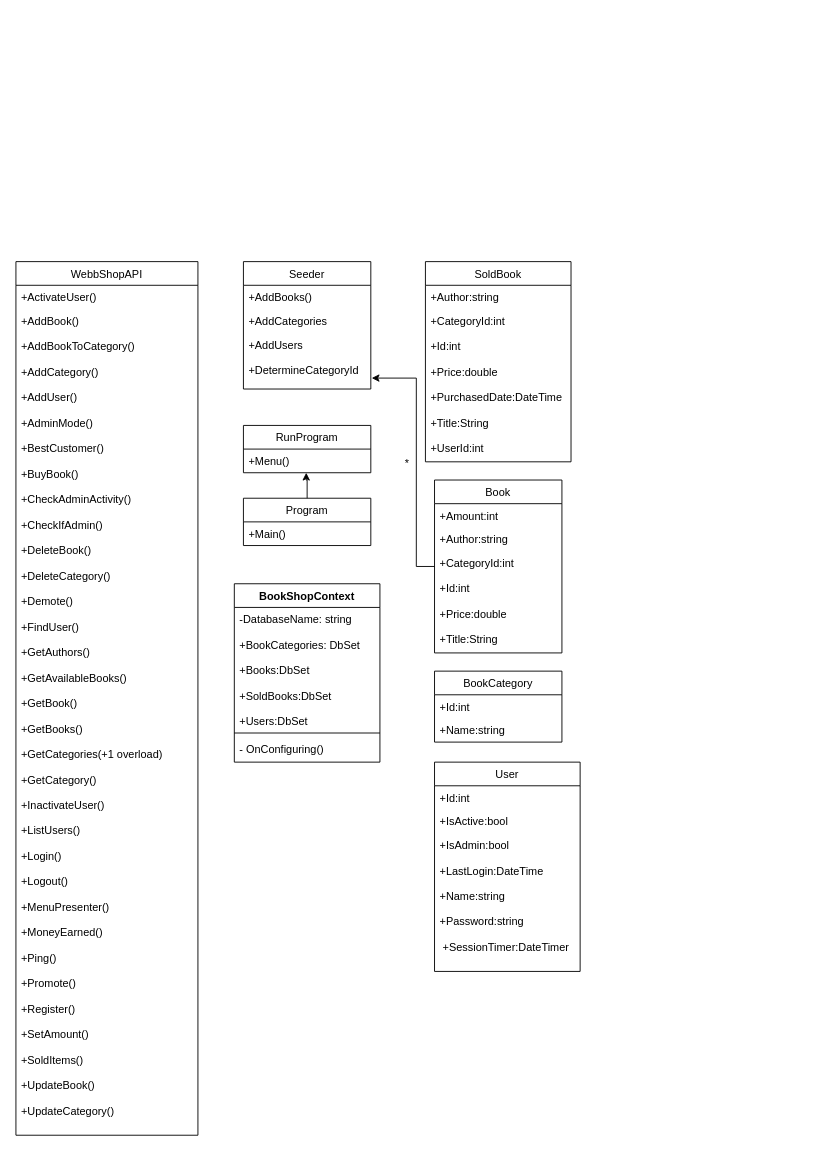
ToveSeger/GitTest keeps this draw.io diagram as Untitled Diagram.drawio. Above is the earlier version. Source tidied: cells renumbered, new cells numbered last; positions are measured from the earlier drawing's top-left corner, leaving out a move shared by most shapes. Both pictures are drawn from the tidied source at 91%, with x=0, y=0 at pixel (15, 261).
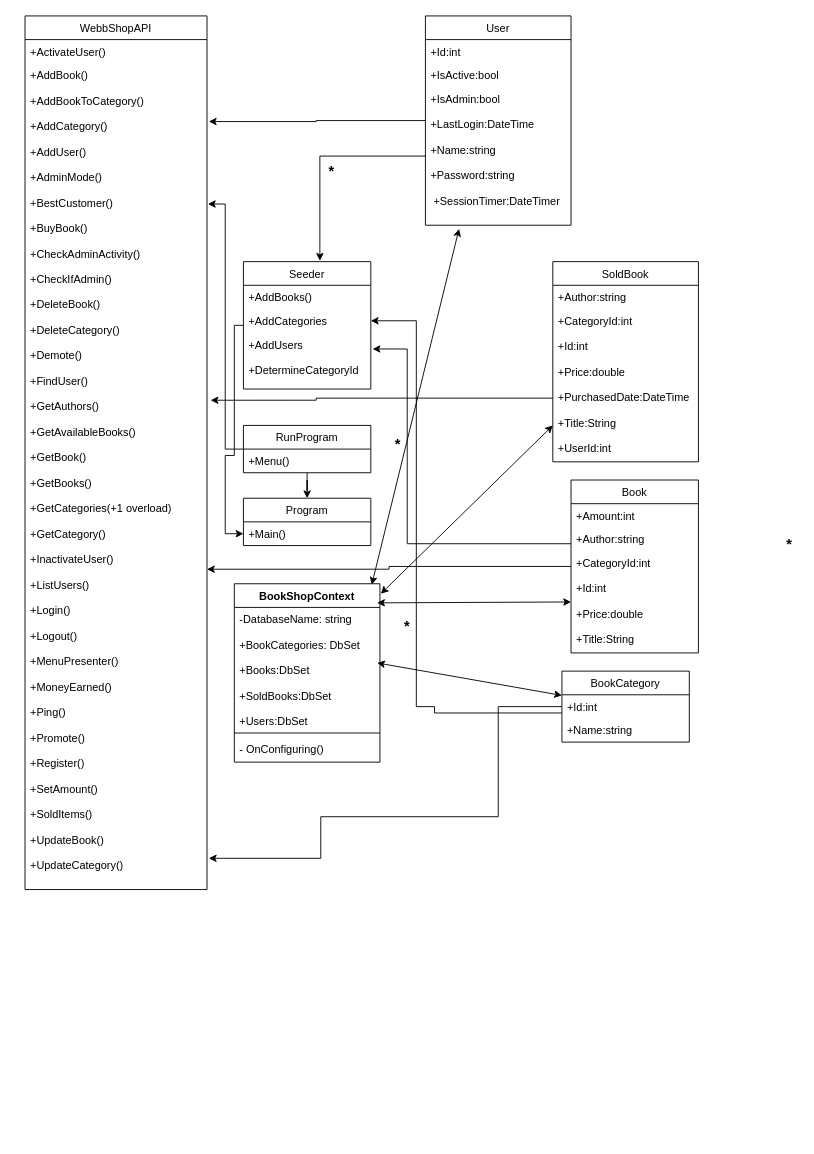
The same page after the edit.

Unchanged cells that the change refers to:
```xml
<mxCell id="5" value="+AddBookToCategory()&#10;&#10;+AddCategory()&#10;&#10;+AddUser()&#10;&#10;+AdminMode()&#10;&#10;+BestCustomer()&#10;&#10;+BuyBook()&#10;&#10;+CheckAdminActivity()&#10;&#10;+CheckIfAdmin()&#10;&#10;+DeleteBook()&#10;&#10;+DeleteCategory()&#10;&#10;+Demote()&#10;&#10;+FindUser()&#10;&#10;+GetAuthors()&#10;&#10;+GetAvailableBooks()&#10;&#10;+GetBook()&#10;&#10;+GetBooks()&#10;&#10;+GetCategories(+1 overload)&#10;&#10;+GetCategory()&#10;&#10;+InactivateUser()&#10;&#10;+ListUsers()&#10;&#10;+Login()&#10;&#10;+Logout()&#10;&#10;+MenuPresenter()&#10;&#10;+MoneyEarned()&#10;&#10;+Ping()&#10;&#10;+Promote()&#10;&#10;+Register()&#10;&#10;+SetAmount()&#10;&#10;+SoldItems()&#10;&#10;+UpdateBook()&#10;&#10;+UpdateCategory()&#10;&#10;&#10;&#10;&#10;&#10;&#10;" style="text;strokeColor=none;fillColor=none;align=left;verticalAlign=top;spacingLeft=4;spacingRight=4;overflow=hidden;points=[[0,0.5],[1,0.5]];portConstraint=eastwest;" parent="2" vertex="1">
  <mxGeometry y="80" width="200" height="880" as="geometry" />
</mxCell>
<mxCell id="6" value="BookShopContext" style="swimlane;fontStyle=1;align=center;verticalAlign=top;horizontal=1;startSize=26;" parent="1" vertex="1">
  <mxGeometry x="240" y="354" width="160" height="196" as="geometry" />
</mxCell>
<mxCell id="10" value="RunProgram" style="swimlane;fontStyle=0;horizontal=1;startSize=26;fillColor=none;" parent="1" vertex="1">
  <mxGeometry x="250" y="180" width="140" height="52" as="geometry" />
</mxCell>
<mxCell id="11" value="+Menu()" style="text;strokeColor=none;fillColor=none;align=left;verticalAlign=top;spacingLeft=4;spacingRight=4;overflow=hidden;points=[[0,0.5],[1,0.5]];portConstraint=eastwest;" parent="10" vertex="1">
  <mxGeometry y="26" width="140" height="26" as="geometry" />
</mxCell>
<mxCell id="13" value="Program" style="swimlane;fontStyle=0;horizontal=1;startSize=26;fillColor=none;" parent="1" vertex="1">
  <mxGeometry x="250" y="260" width="140" height="52" as="geometry" />
</mxCell>
<mxCell id="14" value="+Main()" style="text;strokeColor=none;fillColor=none;align=left;verticalAlign=top;spacingLeft=4;spacingRight=4;overflow=hidden;points=[[0,0.5],[1,0.5]];portConstraint=eastwest;" parent="13" vertex="1">
  <mxGeometry y="26" width="140" height="26" as="geometry" />
</mxCell>
<mxCell id="17" value="+CategoryId:int&#10;&#10;+Id:int&#10;&#10;+Price:double&#10;&#10;+PurchasedDate:DateTime&#10;&#10;+Title:String&#10;&#10;+UserId:int" style="text;strokeColor=none;fillColor=none;align=left;verticalAlign=top;spacingLeft=4;spacingRight=4;overflow=hidden;points=[[0,0.5],[1,0.5]];portConstraint=eastwest;" parent="15" vertex="1">
  <mxGeometry y="52" width="160" height="168" as="geometry" />
</mxCell>
<mxCell id="22" value="+CategoryId:int&#10;&#10;+Id:int&#10;&#10;+Price:double&#10;&#10;+Title:String&#10;" style="text;strokeColor=none;fillColor=none;align=left;verticalAlign=top;spacingLeft=4;spacingRight=4;overflow=hidden;points=[[0,0.5],[1,0.5]];portConstraint=eastwest;" parent="19" vertex="1">
  <mxGeometry y="78" width="140" height="112" as="geometry" />
</mxCell>
<mxCell id="26" value="+IsAdmin:bool&#10;&#10;+LastLogin:DateTime&#10;&#10;+Name:string&#10;&#10;+Password:string&#10;&#10; +SessionTimer:DateTimer" style="text;strokeColor=none;fillColor=none;align=left;verticalAlign=top;spacingLeft=4;spacingRight=4;overflow=hidden;points=[[0,0.5],[1,0.5]];portConstraint=eastwest;" parent="23" vertex="1">
  <mxGeometry y="78" width="160" height="152" as="geometry" />
</mxCell>
<mxCell id="27" value="Seeder" style="swimlane;fontStyle=0;horizontal=1;startSize=26;fillColor=none;" parent="1" vertex="1">
  <mxGeometry x="250" width="140" height="140" as="geometry" />
</mxCell>
<mxCell id="29" value="+AddCategories" style="text;strokeColor=none;fillColor=none;align=left;verticalAlign=top;spacingLeft=4;spacingRight=4;overflow=hidden;points=[[0,0.5],[1,0.5]];portConstraint=eastwest;" parent="27" vertex="1">
  <mxGeometry y="52" width="140" height="26" as="geometry" />
</mxCell>
<mxCell id="30" value="+AddUsers&#10;&#10;+DetermineCategoryId" style="text;strokeColor=none;fillColor=none;align=left;verticalAlign=top;spacingLeft=4;spacingRight=4;overflow=hidden;points=[[0,0.5],[1,0.5]];portConstraint=eastwest;" parent="27" vertex="1">
  <mxGeometry y="78" width="140" height="62" as="geometry" />
</mxCell>
<mxCell id="32" value="+Id:int" style="text;strokeColor=none;fillColor=none;align=left;verticalAlign=top;spacingLeft=4;spacingRight=4;overflow=hidden;points=[[0,0.5],[1,0.5]];portConstraint=eastwest;" parent="31" vertex="1">
  <mxGeometry y="26" width="140" height="26" as="geometry" />
</mxCell>
```

What changed in the source:
```diff
@@
     <mxCell id="2" value="WebbShopAPI" style="swimlane;fontStyle=0;horizontal=1;startSize=26;fillColor=none;" parent="1" vertex="1">
-      <mxGeometry width="200" height="960" as="geometry" />
+      <mxGeometry x="10" y="-270" width="200" height="960" as="geometry" />
     </mxCell>
@@
+    <mxCell id="35" style="edgeStyle=orthogonalEdgeStyle;rounded=0;jettySize=auto;html=1;entryX=1.005;entryY=0.144;entryDx=0;entryDy=0;entryPerimeter=0;" parent="1" edge="1" source="10" target="5">
+      <mxGeometry relative="1" as="geometry" />
+    </mxCell>
+    <mxCell id="36" style="edgeStyle=orthogonalEdgeStyle;rounded=0;jettySize=auto;html=1;entryX=0.5;entryY=0;entryDx=0;entryDy=0;fontSize=16;" parent="1" edge="1" source="10" target="13">
+      <mxGeometry relative="1" as="geometry" />
+    </mxCell>
@@
-    <mxCell id="12" style="edgeStyle=orthogonalEdgeStyle;rounded=0;jettySize=auto;html=1;entryX=0.493;entryY=1;entryDx=0;entryDy=0;entryPerimeter=0;" parent="1" edge="1" source="13" target="11">
-      <mxGeometry relative="1" as="geometry" />
-    </mxCell>
@@
+    <mxCell id="37" style="edgeStyle=orthogonalEdgeStyle;rounded=0;jettySize=auto;html=1;entryX=1.02;entryY=0.389;entryDx=0;entryDy=0;entryPerimeter=0;fontSize=16;" parent="1" edge="1" source="15" target="5">
+      <mxGeometry relative="1" as="geometry">
+        <Array as="points">
+          <mxPoint x="330" y="150" />
+          <mxPoint x="330" y="152" />
+        </Array>
+      </mxGeometry>
+    </mxCell>
     <mxCell id="15" value="SoldBook" style="swimlane;fontStyle=0;horizontal=1;startSize=26;fillColor=none;" parent="1" vertex="1">
-      <mxGeometry x="450" width="160" height="220" as="geometry" />
+      <mxGeometry x="590" width="160" height="220" as="geometry" />
     </mxCell>
@@
+    <mxCell id="38" style="edgeStyle=orthogonalEdgeStyle;rounded=0;jettySize=auto;html=1;entryX=1;entryY=0.6;entryDx=0;entryDy=0;entryPerimeter=0;fontSize=16;" parent="1" edge="1" source="19" target="5">
+      <mxGeometry relative="1" as="geometry" />
+    </mxCell>
-    <mxCell id="18" style="edgeStyle=orthogonalEdgeStyle;rounded=0;jettySize=auto;html=1;entryX=1.007;entryY=0.806;entryDx=0;entryDy=0;entryPerimeter=0;" parent="1" edge="1" source="19" target="30">
+    <mxCell id="18" style="edgeStyle=orthogonalEdgeStyle;rounded=0;jettySize=auto;html=1;entryX=1.014;entryY=0.29;entryDx=0;entryDy=0;entryPerimeter=0;fontSize=16;" parent="1" edge="1" source="19" target="30">
       <mxGeometry relative="1" as="geometry">
         <Array as="points">
-          <mxPoint x="440" y="335" />
-          <mxPoint x="440" y="128" />
+          <mxPoint x="430" y="310" />
+          <mxPoint x="430" y="96" />
         </Array>
       </mxGeometry>
     </mxCell>
     <mxCell id="19" value="Book" style="swimlane;fontStyle=0;horizontal=1;startSize=26;fillColor=none;" parent="1" vertex="1">
-      <mxGeometry x="460" y="240" width="140" height="190" as="geometry" />
+      <mxGeometry x="610" y="240" width="140" height="190" as="geometry" />
     </mxCell>
@@
+    <mxCell id="39" style="edgeStyle=orthogonalEdgeStyle;rounded=0;jettySize=auto;html=1;entryX=1.01;entryY=0.041;entryDx=0;entryDy=0;entryPerimeter=0;fontSize=16;" parent="1" edge="1" source="23" target="5">
+      <mxGeometry relative="1" as="geometry" />
+    </mxCell>
     <mxCell id="23" value="User" style="swimlane;fontStyle=0;horizontal=1;startSize=26;fillColor=none;" parent="1" vertex="1">
-      <mxGeometry x="460" y="550" width="160" height="230" as="geometry" />
+      <mxGeometry x="450" y="-270" width="160" height="230" as="geometry" />
     </mxCell>
@@
+    <mxCell id="40" style="edgeStyle=orthogonalEdgeStyle;rounded=0;jettySize=auto;html=1;entryX=0;entryY=0.5;entryDx=0;entryDy=0;fontSize=16;" parent="1" edge="1" source="27" target="14">
+      <mxGeometry relative="1" as="geometry">
+        <Array as="points">
+          <mxPoint x="240" y="70" />
+          <mxPoint x="240" y="213" />
+          <mxPoint x="230" y="213" />
+          <mxPoint x="230" y="299" />
+        </Array>
+      </mxGeometry>
+    </mxCell>
@@
+    <mxCell id="41" style="edgeStyle=orthogonalEdgeStyle;rounded=0;jettySize=auto;html=1;entryX=1.01;entryY=0.961;entryDx=0;entryDy=0;entryPerimeter=0;fontSize=16;" parent="1" edge="1" source="31" target="5">
+      <mxGeometry relative="1" as="geometry">
+        <Array as="points">
+          <mxPoint x="530" y="610" />
+          <mxPoint x="335" y="610" />
+          <mxPoint x="335" y="656" />
+        </Array>
+      </mxGeometry>
+    </mxCell>
+    <mxCell id="42" style="edgeStyle=orthogonalEdgeStyle;rounded=0;jettySize=auto;html=1;entryX=1;entryY=0.5;entryDx=0;entryDy=0;fontSize=16;exitX=0;exitY=0.769;exitDx=0;exitDy=0;exitPerimeter=0;" parent="1" edge="1" source="32" target="29">
+      <mxGeometry relative="1" as="geometry">
+        <Array as="points">
+          <mxPoint x="460" y="489" />
+          <mxPoint x="440" y="489" />
+          <mxPoint x="440" y="65" />
+        </Array>
+      </mxGeometry>
+    </mxCell>
     <mxCell id="31" value="BookCategory" style="swimlane;fontStyle=0;horizontal=1;startSize=26;fillColor=none;" parent="1" vertex="1">
-      <mxGeometry x="460" y="450" width="140" height="78" as="geometry" />
+      <mxGeometry x="600" y="450" width="140" height="78" as="geometry" />
     </mxCell>
@@
-    <mxCell id="34" value="*" style="text;html=1;strokeColor=none;fillColor=none;align=center;verticalAlign=middle;whiteSpace=wrap;rounded=0;strokeWidth=3;" parent="1" vertex="1">
-      <mxGeometry x="410" y="212" width="40" height="20" as="geometry" />
+    <mxCell id="34" value="*" style="text;html=1;strokeColor=none;fillColor=none;align=center;verticalAlign=middle;whiteSpace=wrap;rounded=0;strokeWidth=3;fontSize=16;fontStyle=1;" parent="1" vertex="1">
+      <mxGeometry x="410" y="190" width="20" height="20" as="geometry" />
     </mxCell>
+    <mxCell id="43" value="*" style="text;html=1;align=center;verticalAlign=middle;whiteSpace=wrap;rounded=0;strokeWidth=1;fontSize=16;fontStyle=1;" parent="1" vertex="1">
+      <mxGeometry x="327" y="-110" width="40" height="20" as="geometry" />
+    </mxCell>
+    <mxCell id="44" style="edgeStyle=orthogonalEdgeStyle;rounded=0;jettySize=auto;html=1;entryX=0.6;entryY=-0.007;entryDx=0;entryDy=0;entryPerimeter=0;fontSize=16;" parent="1" edge="1" source="26" target="27">
+      <mxGeometry relative="1" as="geometry" />
+    </mxCell>
+    <mxCell id="45" value="*" style="text;html=1;strokeColor=none;fillColor=none;align=center;verticalAlign=middle;whiteSpace=wrap;rounded=0;strokeWidth=3;fontSize=16;fontStyle=1;" parent="1" vertex="1">
+      <mxGeometry x="840" y="300" width="20" height="20" as="geometry" />
+    </mxCell>
+    <mxCell id="46" value="*" style="text;html=1;strokeColor=none;fillColor=none;align=center;verticalAlign=middle;whiteSpace=wrap;rounded=0;strokeWidth=3;fontSize=16;fontStyle=1;" parent="1" vertex="1">
+      <mxGeometry x="420" y="390" width="20" height="20" as="geometry" />
+    </mxCell>
+    <mxCell id="47" style="endArrow=classic;startArrow=classic;html=1;fontSize=16;entryX=0.231;entryY=1.026;entryDx=0;entryDy=0;entryPerimeter=0;exitX=0.944;exitY=0.005;exitDx=0;exitDy=0;exitPerimeter=0;" parent="1" edge="1" source="6" target="26">
+      <mxGeometry relative="1" as="geometry" />
+    </mxCell>
+    <mxCell id="48" style="endArrow=classic;startArrow=classic;html=1;fontSize=16;entryX=0;entryY=0.762;entryDx=0;entryDy=0;entryPerimeter=0;exitX=0.944;exitY=0.005;exitDx=0;exitDy=0;exitPerimeter=0;" parent="1" edge="1" target="17">
+      <mxGeometry relative="1" as="geometry">
+        <mxPoint x="401" y="365" as="sourcePoint" />
+      </mxGeometry>
+    </mxCell>
+    <mxCell id="49" style="endArrow=classic;startArrow=classic;html=1;fontSize=16;entryX=0;entryY=0.5;entryDx=0;entryDy=0;exitX=0.981;exitY=0.107;exitDx=0;exitDy=0;exitPerimeter=0;" parent="1" edge="1" source="6" target="22">
+      <mxGeometry relative="1" as="geometry" />
+    </mxCell>
+    <mxCell id="50" style="endArrow=classic;startArrow=classic;html=1;fontSize=16;exitX=0.981;exitY=0.107;exitDx=0;exitDy=0;exitPerimeter=0;" parent="1" edge="1" target="31">
+      <mxGeometry relative="1" as="geometry">
+        <mxPoint x="397" y="441" as="sourcePoint" />
+      </mxGeometry>
+    </mxCell>
```
